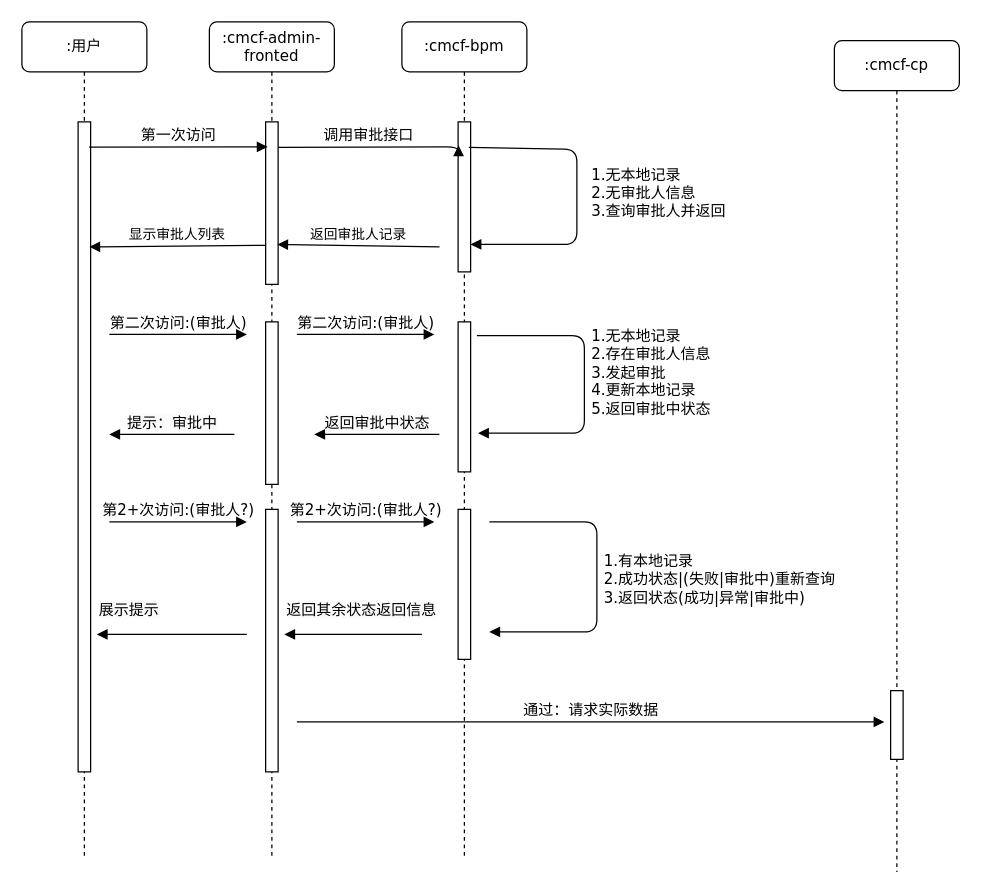
Above: vault approval.drawio in king-Fong/draws (draw.io), before the change. Source tidied: cells renumbered, new cells numbered last; positions are measured from the earlier drawing's top-left corner, leaving out a move shared by most shapes. Both pictures are drawn from the tidied source at 125%, with x=0, y=0 at pixel (21, 21).
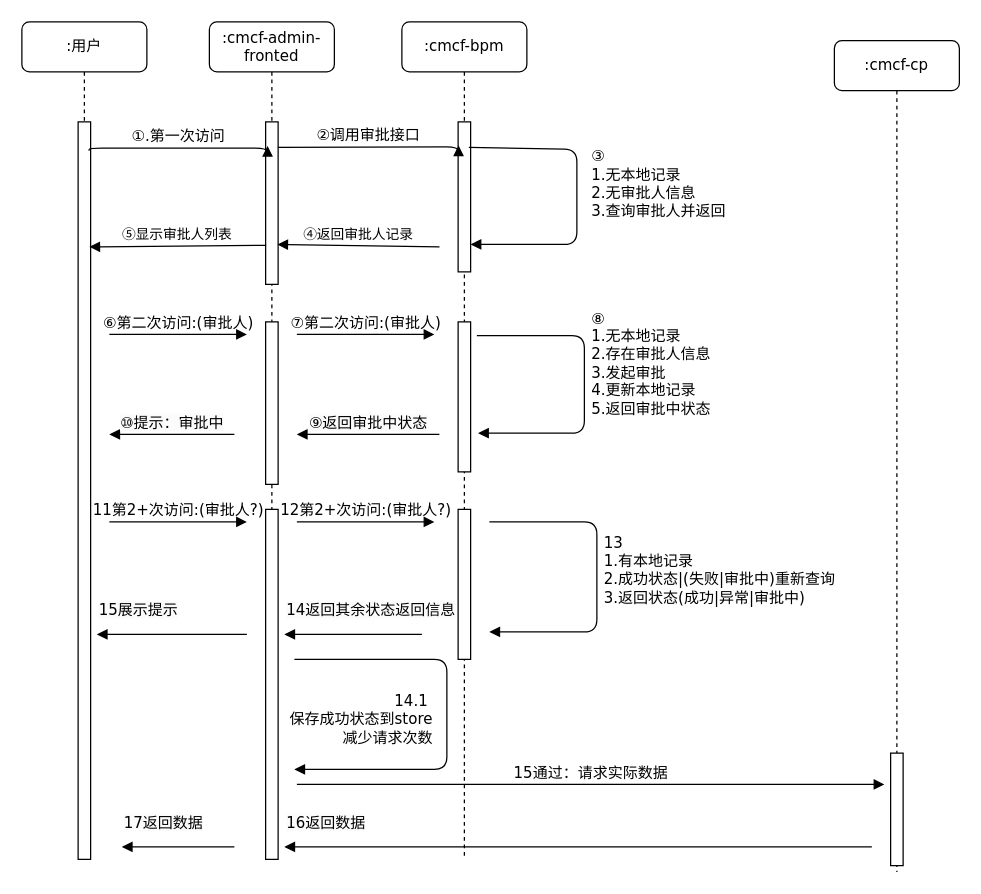
The same page after the edit.

The change refers to these unchanged cells:
```xml
<mxCell id="2" value=":cmcf-bpm" style="shape=umlLifeline;perimeter=lifelinePerimeter;whiteSpace=wrap;html=1;rounded=1;shadow=0;comic=0;labelBackgroundColor=none;strokeWidth=1;fontFamily=Verdana;fontSize=12;align=center;" parent="1" vertex="1">
  <mxGeometry x="304" width="100" height="670" as="geometry" />
</mxCell>
<mxCell id="3" style="html=1;points=[];perimeter=orthogonalPerimeter;rounded=0;shadow=0;comic=0;labelBackgroundColor=none;strokeWidth=1;fontFamily=Verdana;fontSize=12;align=center;" parent="2" vertex="1">
  <mxGeometry x="45" y="80" width="10" height="120" as="geometry" />
</mxCell>
<mxCell id="8" value=":cmcf-cp" style="shape=umlLifeline;perimeter=lifelinePerimeter;whiteSpace=wrap;html=1;rounded=1;shadow=0;comic=0;labelBackgroundColor=none;strokeWidth=1;fontFamily=Verdana;fontSize=12;align=center;" parent="1" vertex="1">
  <mxGeometry x="650" y="15" width="100" height="665" as="geometry" />
</mxCell>
<mxCell id="10" value=":cmcf-admin-fronted" style="shape=umlLifeline;perimeter=lifelinePerimeter;whiteSpace=wrap;html=1;rounded=1;shadow=0;comic=0;labelBackgroundColor=none;strokeWidth=1;fontFamily=Verdana;fontSize=12;align=center;" parent="1" vertex="1">
  <mxGeometry x="150" width="100" height="670" as="geometry" />
</mxCell>
<mxCell id="11" style="html=1;points=[];perimeter=orthogonalPerimeter;rounded=0;shadow=0;comic=0;labelBackgroundColor=none;strokeWidth=1;fontFamily=Verdana;fontSize=12;align=center;" parent="10" vertex="1">
  <mxGeometry x="45" y="80" width="10" height="130" as="geometry" />
</mxCell>
<mxCell id="19" value=":用户" style="shape=umlLifeline;perimeter=lifelinePerimeter;whiteSpace=wrap;html=1;rounded=1;shadow=0;comic=0;labelBackgroundColor=none;strokeWidth=1;fontFamily=Verdana;fontSize=12;align=center;" parent="1" vertex="1">
  <mxGeometry width="100" height="670" as="geometry" />
</mxCell>
```

What changed in the source:
```diff
@@
-    <mxCell id="4" value="1.无本地记录&lt;div&gt;2.无审批人信息&lt;br&gt;&lt;div&gt;3.查询审批人并返回&lt;/div&gt;&lt;/div&gt;" style="html=1;verticalAlign=bottom;endArrow=block;labelBackgroundColor=none;fontFamily=Verdana;fontSize=12;edgeStyle=elbowEdgeStyle;elbow=horizontal;exitX=0.859;exitY=0.17;exitDx=0;exitDy=0;exitPerimeter=0;align=left;" parent="2" edge="1" source="3" target="3">
+    <mxCell id="4" value="&lt;div&gt;③&lt;/div&gt;1.无本地记录&lt;div&gt;2.无审批人信息&lt;br&gt;&lt;div&gt;3.查询审批人并返回&lt;/div&gt;&lt;/div&gt;" style="html=1;verticalAlign=bottom;endArrow=block;labelBackgroundColor=none;fontFamily=Verdana;fontSize=12;edgeStyle=elbowEdgeStyle;elbow=horizontal;exitX=0.859;exitY=0.17;exitDx=0;exitDy=0;exitPerimeter=0;align=left;" parent="2" edge="1" source="3" target="3">
       <mxGeometry x="0.17" y="10" relative="1" as="geometry">
         <Array as="points">
           <mxPoint x="140" y="102" />
         </Array>
       </mxGeometry>
     </mxCell>
@@
-    <mxCell id="6" value="&lt;span style=&quot;font-family: Verdana; font-size: 12px; background-color: rgb(251, 251, 251);&quot;&gt;返回审批中状态&lt;/span&gt;" style="html=1;verticalAlign=bottom;endArrow=block;curved=0;rounded=0;" parent="2" edge="1">
+    <mxCell id="6" value="&lt;span style=&quot;font-family: Verdana; font-size: 12px; background-color: rgb(251, 251, 251);&quot;&gt;⑨返回审批中状态&lt;/span&gt;" style="html=1;verticalAlign=bottom;endArrow=block;curved=0;rounded=0;" parent="2" edge="1">
       <mxGeometry relative="1" as="geometry">
         <mxPoint x="30" y="330" as="sourcePoint" />
-        <mxPoint x="-70" y="330" as="targetPoint" />
+        <mxPoint x="-84" y="330" as="targetPoint" />
       </mxGeometry>
     </mxCell>
@@
     <mxCell id="9" style="html=1;perimeter=orthogonalPerimeter;rounded=0;shadow=0;comic=0;labelBackgroundColor=none;strokeWidth=1;fontFamily=Verdana;fontSize=12;align=center;" parent="8" vertex="1">
-      <mxGeometry x="45" y="520" width="10" height="55" as="geometry" />
+      <mxGeometry x="45" y="570" width="10" height="90" as="geometry" />
     </mxCell>
@@
-    <mxCell id="12" value="第二次访问:(审批人)" style="html=1;verticalAlign=bottom;endArrow=block;labelBackgroundColor=none;fontFamily=Verdana;fontSize=12;edgeStyle=elbowEdgeStyle;elbow=vertical;" parent="10" edge="1">
+    <mxCell id="12" value="⑥第二次访问:(审批人)" style="html=1;verticalAlign=bottom;endArrow=block;labelBackgroundColor=none;fontFamily=Verdana;fontSize=12;edgeStyle=elbowEdgeStyle;elbow=vertical;" parent="10" edge="1">
       <mxGeometry relative="1" as="geometry">
         <mxPoint x="-80" y="250" as="sourcePoint" />
         <mxPoint x="30" y="250" as="targetPoint" />
       </mxGeometry>
     </mxCell>
@@
-    <mxCell id="14" value="第二次访问:(审批人)" style="html=1;verticalAlign=bottom;endArrow=block;labelBackgroundColor=none;fontFamily=Verdana;fontSize=12;edgeStyle=elbowEdgeStyle;elbow=vertical;" parent="10" edge="1">
+    <mxCell id="14" value="⑦第二次访问:(审批人)" style="html=1;verticalAlign=bottom;endArrow=block;labelBackgroundColor=none;fontFamily=Verdana;fontSize=12;edgeStyle=elbowEdgeStyle;elbow=vertical;" parent="10" edge="1">
       <mxGeometry relative="1" as="geometry">
         <mxPoint x="70" y="250" as="sourcePoint" />
         <mxPoint x="180" y="250" as="targetPoint" />
       </mxGeometry>
     </mxCell>
     <mxCell id="15" style="html=1;perimeter=orthogonalPerimeter;rounded=0;shadow=0;comic=0;labelBackgroundColor=none;strokeWidth=1;fontFamily=Verdana;fontSize=12;align=center;" parent="10" vertex="1">
-      <mxGeometry x="45" y="390" width="10" height="210" as="geometry" />
+      <mxGeometry x="45" y="390" width="10" height="280" as="geometry" />
     </mxCell>
-    <mxCell id="16" value="第2+次访问:(审批人?)" style="html=1;verticalAlign=bottom;endArrow=block;labelBackgroundColor=none;fontFamily=Verdana;fontSize=12;edgeStyle=elbowEdgeStyle;elbow=vertical;" parent="10" edge="1">
+    <mxCell id="16" value="12第2+次访问:(审批人?)" style="html=1;verticalAlign=bottom;endArrow=block;labelBackgroundColor=none;fontFamily=Verdana;fontSize=12;edgeStyle=elbowEdgeStyle;elbow=vertical;" parent="10" edge="1">
       <mxGeometry relative="1" as="geometry">
         <mxPoint x="70" y="400" as="sourcePoint" />
         <mxPoint x="180" y="400" as="targetPoint" />
       </mxGeometry>
     </mxCell>
-    <mxCell id="17" value="&lt;div&gt;&lt;font face=&quot;Verdana&quot;&gt;&lt;span style=&quot;font-size: 12px; background-color: rgb(251, 251, 251);&quot;&gt;返回&lt;/span&gt;&lt;/font&gt;&lt;span style=&quot;background-color: rgb(251, 251, 251); font-size: 12px; font-family: Verdana;&quot;&gt;其余状态返回信息&lt;/span&gt;&lt;/div&gt;" style="html=1;verticalAlign=bottom;endArrow=block;curved=0;rounded=0;align=left;" parent="10" edge="1">
+    <mxCell id="17" value="&lt;div&gt;&lt;font face=&quot;Verdana&quot;&gt;&lt;span style=&quot;font-size: 12px; background-color: rgb(251, 251, 251);&quot;&gt;14返回&lt;/span&gt;&lt;/font&gt;&lt;span style=&quot;background-color: rgb(251, 251, 251); font-size: 12px; font-family: Verdana;&quot;&gt;其余状态返回信息&lt;/span&gt;&lt;/div&gt;" style="html=1;verticalAlign=bottom;endArrow=block;curved=0;rounded=0;align=left;" parent="10" edge="1">
       <mxGeometry x="1" y="-10" relative="1" as="geometry">
         <mxPoint x="170" y="490" as="sourcePoint" />
         <mxPoint x="60" y="490" as="targetPoint" />
       </mxGeometry>
     </mxCell>
-    <mxCell id="18" value="调用审批接口" style="html=1;verticalAlign=bottom;endArrow=block;labelBackgroundColor=none;fontFamily=Verdana;fontSize=12;edgeStyle=elbowEdgeStyle;elbow=vertical;exitX=0.976;exitY=0.157;exitDx=0;exitDy=0;exitPerimeter=0;entryX=0.035;entryY=0.157;entryDx=0;entryDy=0;entryPerimeter=0;" parent="1" edge="1" source="11" target="3">
+    <mxCell id="18" value="②调用审批接口" style="html=1;verticalAlign=bottom;endArrow=block;labelBackgroundColor=none;fontFamily=Verdana;fontSize=12;edgeStyle=elbowEdgeStyle;elbow=vertical;exitX=0.976;exitY=0.157;exitDx=0;exitDy=0;exitPerimeter=0;entryX=0.035;entryY=0.157;entryDx=0;entryDy=0;entryPerimeter=0;" parent="1" edge="1" source="11" target="3">
       <mxGeometry relative="1" as="geometry" />
     </mxCell>
@@
     <mxCell id="20" style="html=1;points=[];perimeter=orthogonalPerimeter;rounded=0;shadow=0;comic=0;labelBackgroundColor=none;strokeWidth=1;fontFamily=Verdana;fontSize=12;align=center;" parent="19" vertex="1">
-      <mxGeometry x="45" y="80" width="10" height="520" as="geometry" />
+      <mxGeometry x="45" y="80" width="10" height="590" as="geometry" />
     </mxCell>
-    <mxCell id="21" value="第一次访问" style="html=1;verticalAlign=bottom;endArrow=block;labelBackgroundColor=none;fontFamily=Verdana;fontSize=12;edgeStyle=elbowEdgeStyle;elbow=vertical;exitX=0.878;exitY=0.039;exitDx=0;exitDy=0;exitPerimeter=0;entryX=0.153;entryY=0.148;entryDx=0;entryDy=0;entryPerimeter=0;" parent="1" edge="1" source="20" target="11">
+    <mxCell id="21" value="①.第一次访问" style="html=1;verticalAlign=bottom;endArrow=block;labelBackgroundColor=none;fontFamily=Verdana;fontSize=12;edgeStyle=elbowEdgeStyle;elbow=vertical;exitX=0.878;exitY=0.039;exitDx=0;exitDy=0;exitPerimeter=0;entryX=0.153;entryY=0.148;entryDx=0;entryDy=0;entryPerimeter=0;" parent="1" edge="1" source="20" target="11">
       <mxGeometry relative="1" as="geometry" />
     </mxCell>
-    <mxCell id="22" value="返回审批人记录" style="html=1;verticalAlign=bottom;endArrow=block;curved=0;rounded=0;entryX=0.937;entryY=0.755;entryDx=0;entryDy=0;entryPerimeter=0;" parent="1" edge="1" target="11">
+    <mxCell id="22" value="④返回审批人记录" style="html=1;verticalAlign=bottom;endArrow=block;curved=0;rounded=0;entryX=0.937;entryY=0.755;entryDx=0;entryDy=0;entryPerimeter=0;" parent="1" edge="1" target="11">
       <mxGeometry relative="1" as="geometry">
         <mxPoint x="334.1" y="180" as="sourcePoint" />
       </mxGeometry>
     </mxCell>
-    <mxCell id="23" value="显示审批人列表" style="html=1;verticalAlign=bottom;endArrow=block;curved=0;rounded=0;entryX=0.898;entryY=0.228;entryDx=0;entryDy=0;entryPerimeter=0;exitX=0.044;exitY=0.76;exitDx=0;exitDy=0;exitPerimeter=0;" parent="1" edge="1" source="11">
+    <mxCell id="23" value="⑤显示审批人列表" style="html=1;verticalAlign=bottom;endArrow=block;curved=0;rounded=0;entryX=0.898;entryY=0.228;entryDx=0;entryDy=0;entryPerimeter=0;exitX=0.044;exitY=0.76;exitDx=0;exitDy=0;exitPerimeter=0;" parent="1" edge="1" source="11">
       <mxGeometry relative="1" as="geometry">
         <mxPoint x="54" y="180" as="targetPoint" />
       </mxGeometry>
     </mxCell>
-    <mxCell id="24" value="1.无本地记录&lt;div&gt;2.存在审批人信息&lt;/div&gt;&lt;div&gt;3.发起审批&lt;/div&gt;&lt;div&gt;4.更新本地记录&lt;/div&gt;&lt;div&gt;5.返回审批中状态&lt;/div&gt;" style="html=1;verticalAlign=bottom;endArrow=block;labelBackgroundColor=none;fontFamily=Verdana;fontSize=12;edgeStyle=elbowEdgeStyle;elbow=horizontal;exitX=0.859;exitY=0.17;exitDx=0;exitDy=0;exitPerimeter=0;align=left;" parent="1" edge="1">
+    <mxCell id="24" value="&lt;div&gt;⑧&lt;/div&gt;1.无本地记录&lt;div&gt;2.存在审批人信息&lt;/div&gt;&lt;div&gt;3.发起审批&lt;/div&gt;&lt;div&gt;4.更新本地记录&lt;/div&gt;&lt;div&gt;5.返回审批中状态&lt;/div&gt;" style="html=1;verticalAlign=bottom;endArrow=block;labelBackgroundColor=none;fontFamily=Verdana;fontSize=12;edgeStyle=elbowEdgeStyle;elbow=horizontal;exitX=0.859;exitY=0.17;exitDx=0;exitDy=0;exitPerimeter=0;align=left;" parent="1" edge="1">
       <mxGeometry x="0.24" y="4" relative="1" as="geometry">
         <mxPoint x="364" y="251" as="sourcePoint" />
         <mxPoint x="365" y="329" as="targetPoint" />
         <Array as="points">
           <mxPoint x="450" y="253" />
         </Array>
       </mxGeometry>
     </mxCell>
-    <mxCell id="25" value="&lt;font face=&quot;Verdana&quot;&gt;&lt;span style=&quot;font-size: 12px; background-color: rgb(251, 251, 251);&quot;&gt;提示：审批中&lt;/span&gt;&lt;/font&gt;" style="html=1;verticalAlign=bottom;endArrow=block;curved=0;rounded=0;" parent="1" edge="1">
+    <mxCell id="25" value="&lt;font face=&quot;Verdana&quot;&gt;&lt;span style=&quot;font-size: 12px; background-color: rgb(251, 251, 251);&quot;&gt;⑩提示：审批中&lt;/span&gt;&lt;/font&gt;" style="html=1;verticalAlign=bottom;endArrow=block;curved=0;rounded=0;" parent="1" edge="1">
       <mxGeometry relative="1" as="geometry">
         <mxPoint x="170" y="330" as="sourcePoint" />
         <mxPoint x="70" y="330" as="targetPoint" />
       </mxGeometry>
     </mxCell>
-    <mxCell id="26" value="第2+次访问:(审批人?)" style="html=1;verticalAlign=bottom;endArrow=block;labelBackgroundColor=none;fontFamily=Verdana;fontSize=12;edgeStyle=elbowEdgeStyle;elbow=vertical;" parent="1" edge="1">
+    <mxCell id="26" value="11第2+次访问:(审批人?)" style="html=1;verticalAlign=bottom;endArrow=block;labelBackgroundColor=none;fontFamily=Verdana;fontSize=12;edgeStyle=elbowEdgeStyle;elbow=vertical;" parent="1" edge="1">
       <mxGeometry relative="1" as="geometry">
         <mxPoint x="70" y="400" as="sourcePoint" />
         <mxPoint x="180" y="400" as="targetPoint" />
       </mxGeometry>
     </mxCell>
-    <mxCell id="27" value="1.有本地记录&lt;div&gt;2.成功状态|(&lt;span style=&quot;background-color: initial;&quot;&gt;失败|审批中&lt;/span&gt;&lt;span style=&quot;background-color: initial;&quot;&gt;)重新查询&lt;/span&gt;&lt;/div&gt;&lt;div&gt;3.返回状态(成功|异常|审批中)&lt;/div&gt;" style="html=1;verticalAlign=bottom;endArrow=block;labelBackgroundColor=none;fontFamily=Verdana;fontSize=12;edgeStyle=elbowEdgeStyle;elbow=horizontal;exitX=0.859;exitY=0.17;exitDx=0;exitDy=0;exitPerimeter=0;align=left;" parent="1" edge="1">
+    <mxCell id="27" value="&lt;div&gt;13&lt;/div&gt;1.有本地记录&lt;div&gt;2.成功状态|(&lt;span style=&quot;background-color: initial;&quot;&gt;失败|审批中&lt;/span&gt;&lt;span style=&quot;background-color: initial;&quot;&gt;)重新查询&lt;/span&gt;&lt;/div&gt;&lt;div&gt;3.返回状态(成功|异常|审批中)&lt;/div&gt;" style="html=1;verticalAlign=bottom;endArrow=block;labelBackgroundColor=none;fontFamily=Verdana;fontSize=12;edgeStyle=elbowEdgeStyle;elbow=horizontal;exitX=0.859;exitY=0.17;exitDx=0;exitDy=0;exitPerimeter=0;align=left;" parent="1" edge="1">
       <mxGeometry x="0.2" y="4" relative="1" as="geometry">
         <mxPoint x="374" y="400" as="sourcePoint" />
         <mxPoint x="374" y="488" as="targetPoint" />
         <Array as="points">
           <mxPoint x="460" y="402" />
         </Array>
       </mxGeometry>
     </mxCell>
-    <mxCell id="28" value="&lt;span style=&quot;background-color: rgb(251, 251, 251); font-size: 12px; font-family: Verdana;&quot;&gt;展示提示&lt;/span&gt;" style="html=1;verticalAlign=bottom;endArrow=block;curved=0;rounded=0;align=left;" parent="1" edge="1">
+    <mxCell id="28" value="&lt;span style=&quot;background-color: rgb(251, 251, 251); font-size: 12px; font-family: Verdana;&quot;&gt;15展示提示&lt;/span&gt;" style="html=1;verticalAlign=bottom;endArrow=block;curved=0;rounded=0;align=left;" parent="1" edge="1">
       <mxGeometry x="1" y="-10" relative="1" as="geometry">
         <mxPoint x="180" y="490" as="sourcePoint" />
         <mxPoint x="60" y="490" as="targetPoint" />
       </mxGeometry>
     </mxCell>
-    <mxCell id="29" value="通过：请求实际数据" style="html=1;verticalAlign=bottom;endArrow=block;labelBackgroundColor=none;fontFamily=Verdana;fontSize=12;edgeStyle=elbowEdgeStyle;elbow=horizontal;" parent="1" edge="1">
+    <mxCell id="29" value="15通过：请求实际数据" style="html=1;verticalAlign=bottom;endArrow=block;labelBackgroundColor=none;fontFamily=Verdana;fontSize=12;edgeStyle=elbowEdgeStyle;elbow=horizontal;" parent="1" edge="1">
       <mxGeometry relative="1" as="geometry">
-        <mxPoint x="220" y="560" as="sourcePoint" />
-        <mxPoint x="690" y="560" as="targetPoint" />
+        <mxPoint x="220" y="610" as="sourcePoint" />
+        <mxPoint x="690" y="610" as="targetPoint" />
       </mxGeometry>
     </mxCell>
+    <mxCell id="30" value="&lt;div&gt;14.1&amp;nbsp;&lt;/div&gt;&lt;div&gt;保存成功状态到store&lt;/div&gt;&lt;div&gt;减少请求次数&lt;/div&gt;" style="html=1;verticalAlign=bottom;endArrow=block;labelBackgroundColor=none;fontFamily=Verdana;fontSize=12;edgeStyle=elbowEdgeStyle;elbow=horizontal;exitX=0.859;exitY=0.17;exitDx=0;exitDy=0;exitPerimeter=0;align=right;" parent="1" edge="1">
+      <mxGeometry x="0.17" y="-10" relative="1" as="geometry">
+        <mxPoint x="218" y="510" as="sourcePoint" />
+        <mxPoint x="218" y="598" as="targetPoint" />
+        <Array as="points">
+          <mxPoint x="340" y="550" />
+        </Array>
+      </mxGeometry>
+    </mxCell>
+    <mxCell id="31" value="&lt;div&gt;&lt;font face=&quot;Verdana&quot;&gt;&lt;span style=&quot;font-size: 12px; background-color: rgb(251, 251, 251);&quot;&gt;16返回数据&lt;/span&gt;&lt;/font&gt;&lt;/div&gt;" style="html=1;verticalAlign=bottom;endArrow=block;curved=0;rounded=0;align=left;" parent="1" edge="1">
+      <mxGeometry x="1" y="-10" relative="1" as="geometry">
+        <mxPoint x="680" y="660" as="sourcePoint" />
+        <mxPoint x="210" y="660" as="targetPoint" />
+      </mxGeometry>
+    </mxCell>
+    <mxCell id="32" value="&lt;div&gt;&lt;font face=&quot;Verdana&quot;&gt;&lt;span style=&quot;font-size: 12px; background-color: rgb(251, 251, 251);&quot;&gt;17返回数据&lt;/span&gt;&lt;/font&gt;&lt;/div&gt;" style="html=1;verticalAlign=bottom;endArrow=block;curved=0;rounded=0;align=left;" parent="1" edge="1">
+      <mxGeometry x="1" y="-10" relative="1" as="geometry">
+        <mxPoint x="170" y="660" as="sourcePoint" />
+        <mxPoint x="80" y="660" as="targetPoint" />
+      </mxGeometry>
+    </mxCell>
```
